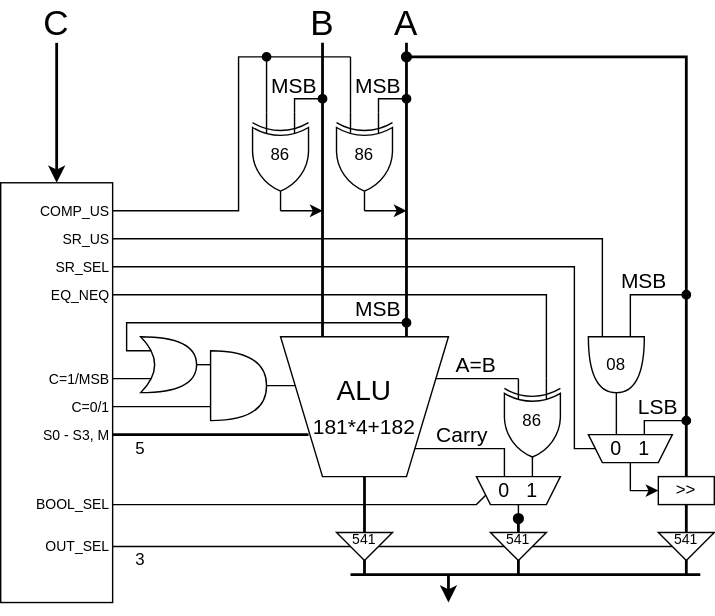
Earlier version of the draw.io export Lab/Computer/RK16/9_Hardware/img/ALU.dio.svg (amane-uehara/kanade-k-1228.github.io). Source tidied: cells renumbered, new cells last; positions are measured from the earlier drawing's top-left corner, leaving out a move shared by most shapes.
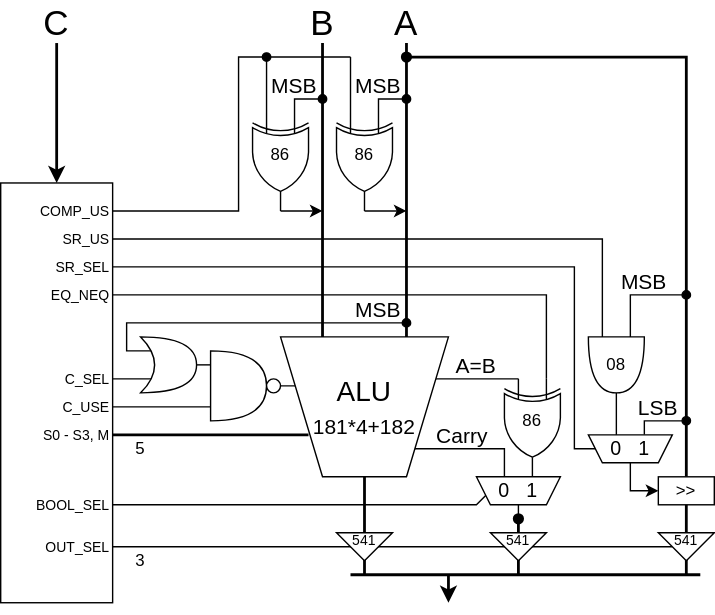
Above is the later version.

Diff of the diagram source:
```diff
@@ -399,11 +399,14 @@
     <mxCell id="82" value="S0 - S3, M" style="text;html=1;strokeColor=none;fillColor=none;align=right;verticalAlign=middle;whiteSpace=wrap;rounded=0;fontSize=10;" parent="1" vertex="1">
       <mxGeometry x="20" y="300" width="60" height="20" as="geometry" />
     </mxCell>
-    <mxCell id="83" value="C=0/1" style="text;html=1;strokeColor=none;fillColor=none;align=right;verticalAlign=middle;whiteSpace=wrap;rounded=0;fontSize=10;" parent="1" vertex="1">
-      <mxGeometry x="20" y="280" width="60" height="20" as="geometry" />
-    </mxCell>
-    <mxCell id="84" value="C=1/MSB" style="text;html=1;strokeColor=none;fillColor=none;align=right;verticalAlign=middle;whiteSpace=wrap;rounded=0;fontSize=10;" parent="1" vertex="1">
+    <mxCell id="84" value="C_SEL" style="text;html=1;strokeColor=none;fillColor=none;align=right;verticalAlign=middle;whiteSpace=wrap;rounded=0;fontSize=10;" parent="1" vertex="1">
       <mxGeometry x="20" y="260" width="60" height="20" as="geometry" />
     </mxCell>
+    <mxCell id="85" style="ellipse;whiteSpace=wrap;html=1;" parent="1" vertex="1">
+      <mxGeometry x="190" y="270" width="10" height="10" as="geometry" />
+    </mxCell>
+    <mxCell id="86" value="C_USE" style="text;html=1;strokeColor=none;fillColor=none;align=right;verticalAlign=middle;whiteSpace=wrap;rounded=0;fontSize=10;" parent="1" vertex="1">
+      <mxGeometry x="20" y="280" width="60" height="20" as="geometry" />
+    </mxCell>
   </root>
 </mxGraphModel>
```
